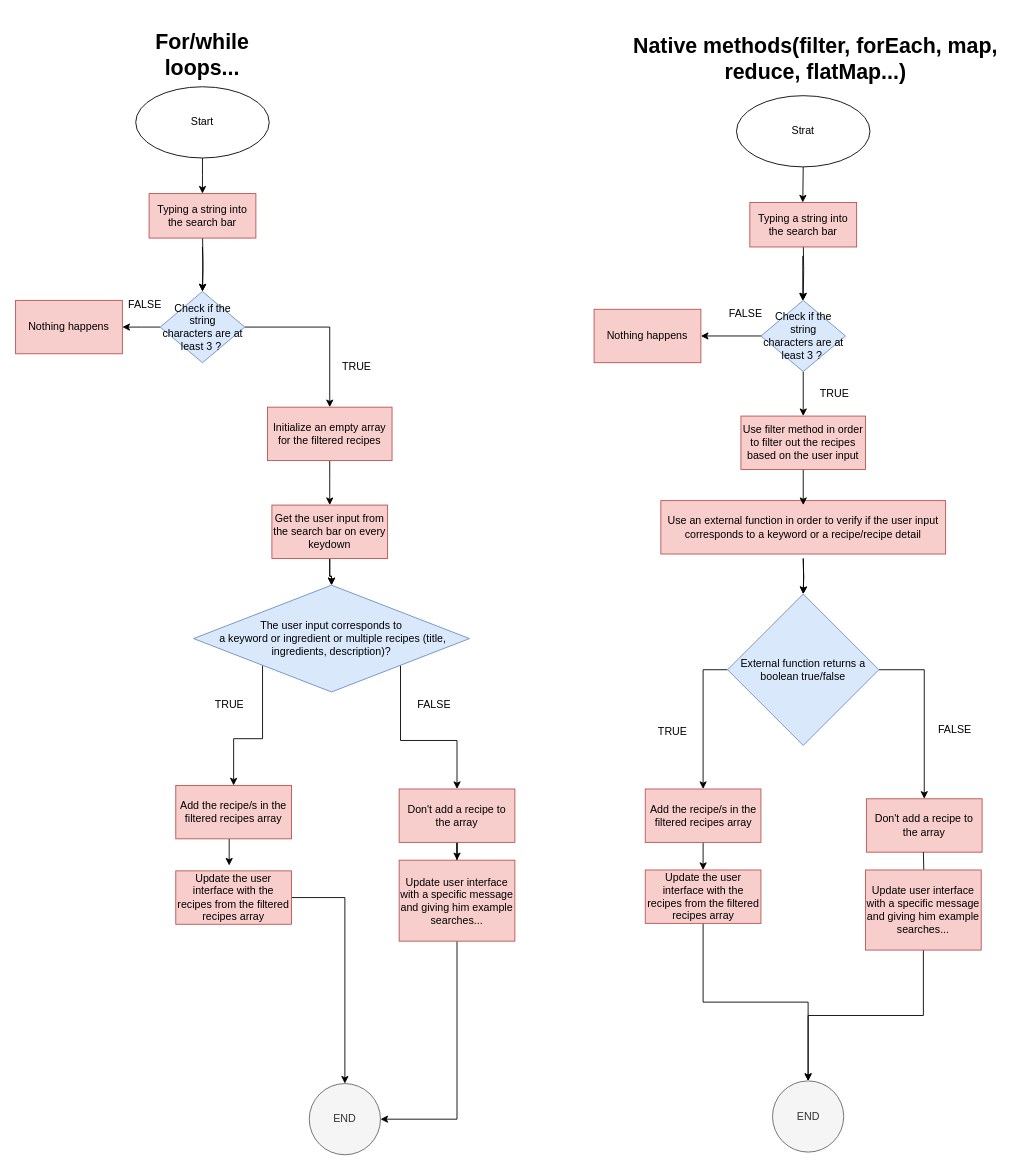
The draw.io diagram Untitled Diagram.drawio in yusin99/lespetitsplats, before the edit. Source tidied: cells renumbered, new cells numbered last; positions are measured from the earlier drawing's top-left corner, leaving out a move shared by most shapes. Both pictures are drawn from the tidied source at 89%, with x=0, y=0 at pixel (15, 24).
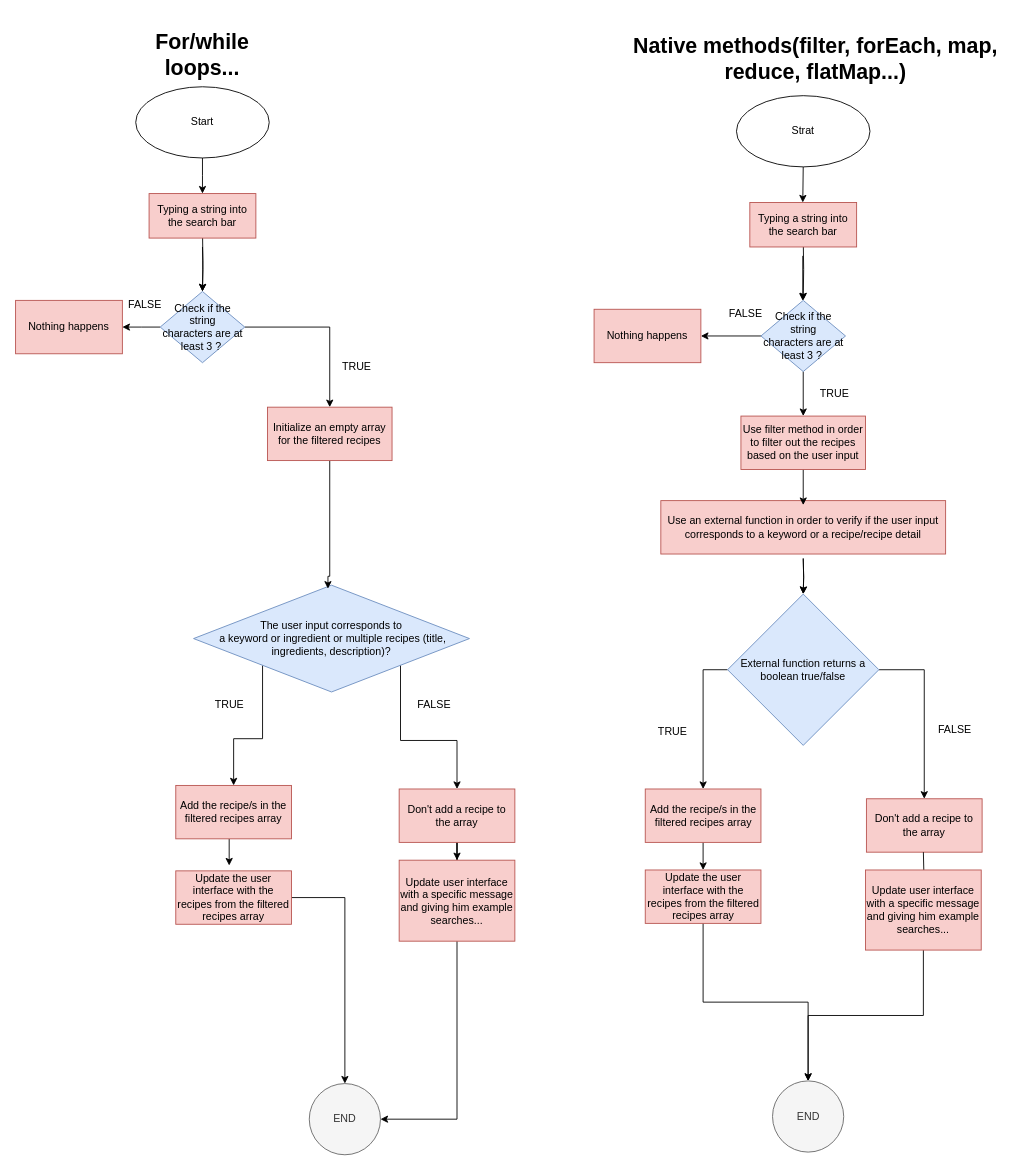
After the change.

The change refers to these unchanged cells:
```xml
<mxCell id="15" value="&lt;div&gt;&lt;span style=&quot;background-color: initial;&quot;&gt;The user input corresponds to&lt;/span&gt;&lt;/div&gt;&lt;div&gt;&lt;span style=&quot;background-color: initial;&quot;&gt;&amp;nbsp;a keyword or ingredient or multiple recipes (title, ingredients, description)?&lt;/span&gt;&lt;br&gt;&lt;/div&gt;" style="rhombus;whiteSpace=wrap;html=1;fillColor=#dae8fc;strokeColor=#6c8ebf;" parent="1" vertex="1">
  <mxGeometry x="200" y="630" width="310" height="120" as="geometry" />
</mxCell>
<mxCell id="20" value="Initialize an empty array for the filtered recipes" style="rounded=0;whiteSpace=wrap;html=1;align=center;fillColor=#f8cecc;strokeColor=#b85450;" parent="1" vertex="1">
  <mxGeometry x="283" y="430" width="140" height="60" as="geometry" />
</mxCell>
```

Change to the diagram source:
```diff
@@
-    <mxCell id="4" style="edgeStyle=orthogonalEdgeStyle;rounded=0;jettySize=auto;html=1;" parent="1" edge="1" source="6" target="15">
-      <mxGeometry relative="1" as="geometry" />
-    </mxCell>
-    <mxCell id="5" style="edgeStyle=orthogonalEdgeStyle;rounded=0;jettySize=auto;html=1;" parent="1" edge="1" source="6" target="15">
-      <mxGeometry relative="1" as="geometry" />
-    </mxCell>
-    <mxCell id="6" value="Get the user input from the search bar on every keydown" style="rounded=0;whiteSpace=wrap;html=1;align=center;fillColor=#f8cecc;strokeColor=#b85450;" parent="1" vertex="1">
-      <mxGeometry x="288" y="540" width="130" height="60" as="geometry" />
-    </mxCell>
@@
-    <mxCell id="19" style="edgeStyle=orthogonalEdgeStyle;rounded=0;jettySize=auto;html=1;entryX=0.5;entryY=0;entryDx=0;entryDy=0;" parent="1" edge="1" source="20" target="6">
+    <mxCell id="19" style="edgeStyle=orthogonalEdgeStyle;rounded=0;jettySize=auto;html=1;entryX=0.487;entryY=0.033;entryDx=0;entryDy=0;entryPerimeter=0;" parent="1" edge="1" source="20" target="15">
       <mxGeometry relative="1" as="geometry">
         <Array as="points">
-          <mxPoint x="353" y="510" />
-          <mxPoint x="353" y="510" />
+          <mxPoint x="353" y="620" />
+          <mxPoint x="351" y="620" />
         </Array>
       </mxGeometry>
     </mxCell>
```
